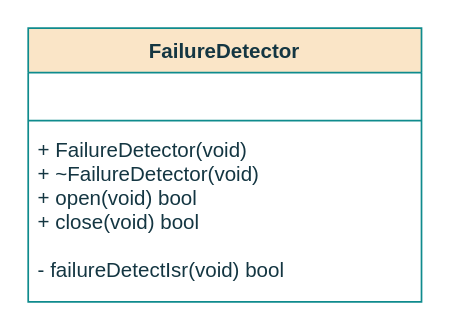
The draw.io diagram page "ClassFailure" (4 of 7) of project/report/flowcharts/LStasks/Classes.drawio in ESRGgroup9/slipad, before the edit. Source tidied: cells renumbered, new cells numbered last; positions are measured from the earlier drawing's top-left corner, leaving out a move shared by most shapes. Both pictures are drawn from the tidied source at 171%, with x=0, y=0 at pixel (27, 27).
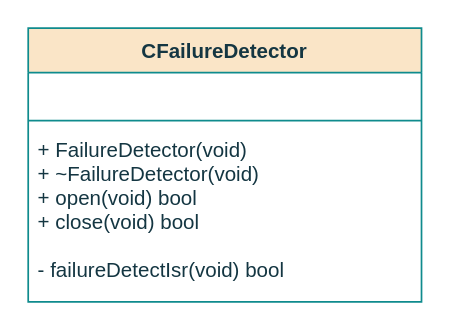
The same page after the edit.

Change to the diagram source:
```diff
@@
 <mxGraphModel>
   <root>
     <mxCell id="0" />
     <mxCell id="1" parent="0" />
-    <mxCell id="2" value="FailureDetector" style="swimlane;fontStyle=1;align=center;verticalAlign=top;horizontal=1;startSize=26;fillColor=#FAE5C7;strokeColor=#0F8B8D;fontColor=#143642;" parent="1" vertex="1">
+    <mxCell id="2" value="CFailureDetector" style="swimlane;fontStyle=1;align=center;verticalAlign=top;horizontal=1;startSize=26;fillColor=#FAE5C7;strokeColor=#0F8B8D;fontColor=#143642;" parent="1" vertex="1">
       <mxGeometry width="230" height="160" as="geometry" />
     </mxCell>
     <mxCell id="3" value="&#10;" style="text;strokeColor=none;fillColor=none;align=left;verticalAlign=top;spacingLeft=4;spacingRight=4;overflow=hidden;fontColor=#143642;" parent="2" vertex="1">
       <mxGeometry y="26" width="230" height="24" as="geometry" />
     </mxCell>
     <mxCell id="4" style="line;strokeWidth=1;fillColor=none;align=left;verticalAlign=middle;spacingTop=-1;spacingLeft=3;spacingRight=3;labelPosition=right;labelBackgroundColor=#DAD2D8;strokeColor=#0F8B8D;fontColor=#143642;" parent="2" vertex="1">
       <mxGeometry y="50" width="230" height="8" as="geometry" />
     </mxCell>
     <mxCell id="5" value="+ FailureDetector(void)&#10;+ ~FailureDetector(void)&#10;+ open(void) bool&#10;+ close(void) bool&#10;&#10;- failureDetectIsr(void) bool" style="text;strokeColor=none;fillColor=none;align=left;verticalAlign=top;spacingLeft=4;spacingRight=4;overflow=hidden;fontColor=#143642;spacing=2;fontStyle=0;" parent="2" vertex="1">
       <mxGeometry y="58" width="230" height="102" as="geometry" />
     </mxCell>
   </root>
 </mxGraphModel>
```
